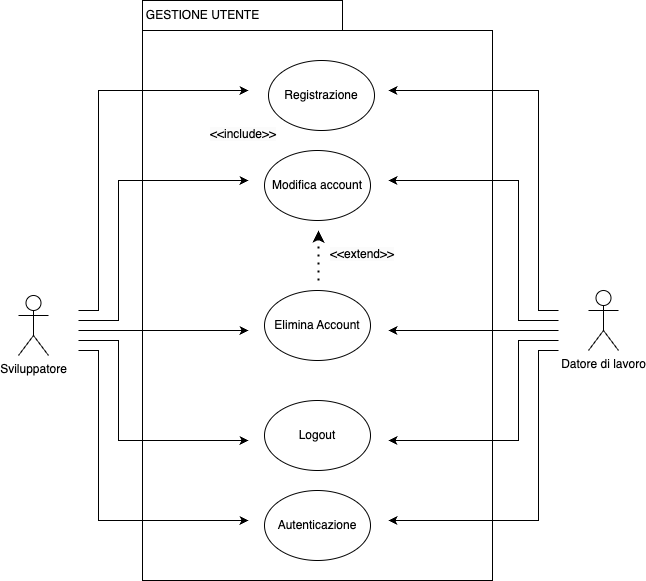
Above: Documentazione/1. Requirement_Analysis_Document/Use_Case_Diagram/UCD_GU.png in JacopoPassariello/TuringCareers (draw.io), before the change. Source tidied: cells renumbered, new cells last; positions are measured from the earlier drawing's top-left corner, leaving out a move shared by most shapes. The source it was exported from:
```xml
<mxGraphModel>
  <root>
    <mxCell id="0" />
    <mxCell id="1" parent="0" />
    <mxCell id="2" style="shape=folder;fontStyle=1;tabWidth=200;tabHeight=30;tabPosition=left;html=1;boundedLbl=1;whiteSpace=wrap;" parent="1" vertex="1">
      <mxGeometry x="124" width="350" height="580" as="geometry" />
    </mxCell>
    <mxCell id="3" value="Datore di lavoro" style="shape=umlActor;verticalLabelPosition=bottom;verticalAlign=top;html=1;" parent="1" vertex="1">
      <mxGeometry x="570" y="290" width="30" height="60" as="geometry" />
    </mxCell>
    <mxCell id="4" value="Registrazione" style="ellipse;whiteSpace=wrap;html=1;" parent="1" vertex="1">
      <mxGeometry x="250" y="60" width="106" height="70" as="geometry" />
    </mxCell>
    <mxCell id="5" value="Elimina Account" style="ellipse;whiteSpace=wrap;html=1;" parent="1" vertex="1">
      <mxGeometry x="246" y="290" width="106" height="70" as="geometry" />
    </mxCell>
    <mxCell id="6" value="Autenticazione" style="ellipse;whiteSpace=wrap;html=1;" parent="1" vertex="1">
      <mxGeometry x="246" y="490" width="106" height="70" as="geometry" />
    </mxCell>
    <mxCell id="7" value="Sviluppatore" style="shape=umlActor;verticalLabelPosition=bottom;verticalAlign=top;html=1;" parent="1" vertex="1">
      <mxGeometry y="295" width="30" height="60" as="geometry" />
    </mxCell>
    <mxCell id="8" value="Modifica account" style="ellipse;whiteSpace=wrap;html=1;" parent="1" vertex="1">
      <mxGeometry x="246" y="150" width="106" height="70" as="geometry" />
    </mxCell>
    <mxCell id="9" style="endArrow=classic;html=1;rounded=0;endFill=1;" parent="1" edge="1">
      <mxGeometry relative="1" as="geometry">
        <mxPoint x="60" y="310" as="sourcePoint" />
        <mxPoint x="230" y="90" as="targetPoint" />
        <Array as="points">
          <mxPoint x="80" y="310" />
          <mxPoint x="80" y="90" />
        </Array>
      </mxGeometry>
    </mxCell>
    <mxCell id="10" value="GESTIONE UTENTE" style="text;html=1;align=center;verticalAlign=middle;strokeColor=none;fillColor=none;" parent="1" vertex="1">
      <mxGeometry x="114" width="140" height="30" as="geometry" />
    </mxCell>
    <mxCell id="11" value="Logout" style="ellipse;whiteSpace=wrap;html=1;" parent="1" vertex="1">
      <mxGeometry x="246" y="400" width="106" height="70" as="geometry" />
    </mxCell>
    <mxCell id="12" style="endArrow=classic;dashed=1;html=1;dashPattern=1 3;strokeWidth=2;rounded=0;endFill=1;" parent="1" edge="1">
      <mxGeometry relative="1" as="geometry">
        <mxPoint x="300" y="280" as="sourcePoint" />
        <mxPoint x="300" y="230" as="targetPoint" />
        <Array as="points">
          <mxPoint x="300" y="260" />
          <mxPoint x="300" y="240" />
        </Array>
      </mxGeometry>
    </mxCell>
    <mxCell id="13" value="&lt;span style=&quot;color: rgb(0, 0, 0); font-family: Helvetica; font-size: 12px; font-style: normal; font-variant-ligatures: normal; font-variant-caps: normal; font-weight: 400; letter-spacing: normal; orphans: 2; text-align: center; text-indent: 0px; text-transform: none; widows: 2; word-spacing: 0px; -webkit-text-stroke-width: 0px; background-color: rgb(251, 251, 251); text-decoration-thickness: initial; text-decoration-style: initial; text-decoration-color: initial; float: none; display: inline !important;&quot;&gt;&amp;lt;&amp;lt;include&amp;gt;&amp;gt;&lt;/span&gt;" style="text;whiteSpace=wrap;html=1;" parent="1" vertex="1">
      <mxGeometry x="190" y="120" width="80" height="50" as="geometry" />
    </mxCell>
    <mxCell id="14" value="&lt;span style=&quot;color: rgb(0, 0, 0); font-family: Helvetica; font-size: 12px; font-style: normal; font-variant-ligatures: normal; font-variant-caps: normal; font-weight: 400; letter-spacing: normal; orphans: 2; text-align: center; text-indent: 0px; text-transform: none; widows: 2; word-spacing: 0px; -webkit-text-stroke-width: 0px; background-color: rgb(251, 251, 251); text-decoration-thickness: initial; text-decoration-style: initial; text-decoration-color: initial; float: none; display: inline !important;&quot;&gt;&amp;lt;&amp;lt;extend&amp;gt;&amp;gt;&lt;/span&gt;" style="text;whiteSpace=wrap;html=1;" parent="1" vertex="1">
      <mxGeometry x="310" y="240" width="100" height="40" as="geometry" />
    </mxCell>
    <mxCell id="15" style="endArrow=classic;html=1;rounded=0;endFill=1;" parent="1" edge="1">
      <mxGeometry relative="1" as="geometry">
        <mxPoint x="60" y="320" as="sourcePoint" />
        <mxPoint x="230" y="180" as="targetPoint" />
        <Array as="points">
          <mxPoint x="100" y="320" />
          <mxPoint x="100" y="180" />
        </Array>
      </mxGeometry>
    </mxCell>
    <mxCell id="16" style="endArrow=classic;html=1;rounded=0;endFill=1;" parent="1" edge="1">
      <mxGeometry relative="1" as="geometry">
        <mxPoint x="60" y="340" as="sourcePoint" />
        <mxPoint x="230" y="440" as="targetPoint" />
        <Array as="points">
          <mxPoint x="100" y="340" />
          <mxPoint x="100" y="440" />
        </Array>
      </mxGeometry>
    </mxCell>
    <mxCell id="17" style="endArrow=classic;html=1;rounded=0;endFill=1;" parent="1" edge="1">
      <mxGeometry relative="1" as="geometry">
        <mxPoint x="60" y="350" as="sourcePoint" />
        <mxPoint x="230" y="520" as="targetPoint" />
        <Array as="points">
          <mxPoint x="80" y="350" />
          <mxPoint x="80" y="520" />
        </Array>
      </mxGeometry>
    </mxCell>
    <mxCell id="18" style="endArrow=classic;html=1;rounded=0;endFill=1;" parent="1" edge="1">
      <mxGeometry relative="1" as="geometry">
        <mxPoint x="540" y="310" as="sourcePoint" />
        <mxPoint x="370" y="90" as="targetPoint" />
        <Array as="points">
          <mxPoint x="520" y="310" />
          <mxPoint x="520" y="90" />
        </Array>
      </mxGeometry>
    </mxCell>
    <mxCell id="19" style="endArrow=classic;html=1;rounded=0;endFill=1;" parent="1" edge="1">
      <mxGeometry relative="1" as="geometry">
        <mxPoint x="540" y="320" as="sourcePoint" />
        <mxPoint x="370" y="180" as="targetPoint" />
        <Array as="points">
          <mxPoint x="500" y="320" />
          <mxPoint x="500" y="180" />
        </Array>
      </mxGeometry>
    </mxCell>
    <mxCell id="20" style="endArrow=classic;html=1;rounded=0;endFill=1;" parent="1" edge="1">
      <mxGeometry relative="1" as="geometry">
        <mxPoint x="540" y="340" as="sourcePoint" />
        <mxPoint x="370" y="440" as="targetPoint" />
        <Array as="points">
          <mxPoint x="500" y="340" />
          <mxPoint x="500" y="440" />
        </Array>
      </mxGeometry>
    </mxCell>
    <mxCell id="21" style="endArrow=classic;html=1;rounded=0;endFill=1;" parent="1" edge="1">
      <mxGeometry relative="1" as="geometry">
        <mxPoint x="540" y="350" as="sourcePoint" />
        <mxPoint x="370" y="520" as="targetPoint" />
        <Array as="points">
          <mxPoint x="520" y="350" />
          <mxPoint x="520" y="520" />
        </Array>
      </mxGeometry>
    </mxCell>
    <mxCell id="22" style="endArrow=classic;html=1;rounded=0;" parent="1" edge="1">
      <mxGeometry relative="1" as="geometry">
        <mxPoint x="540" y="330" as="sourcePoint" />
        <mxPoint x="370" y="330" as="targetPoint" />
      </mxGeometry>
    </mxCell>
    <mxCell id="23" style="endArrow=classic;html=1;rounded=0;" parent="1" edge="1">
      <mxGeometry relative="1" as="geometry">
        <mxPoint x="60" y="330" as="sourcePoint" />
        <mxPoint x="230" y="330" as="targetPoint" />
      </mxGeometry>
    </mxCell>
  </root>
</mxGraphModel>
```
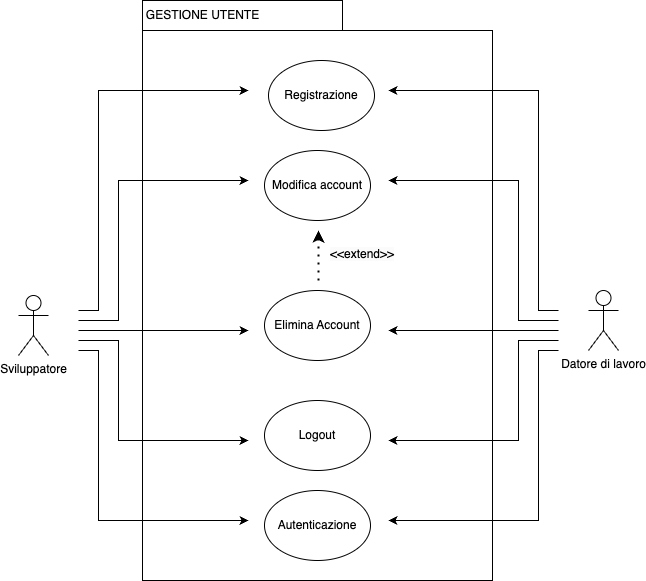
After the change.

Commit message:
Use case Diagram GU update

Use case Diagram GU update

Change to the diagram source:
```diff
@@ -49,9 +49,6 @@
         </Array>
       </mxGeometry>
     </mxCell>
-    <mxCell id="13" value="&lt;span style=&quot;color: rgb(0, 0, 0); font-family: Helvetica; font-size: 12px; font-style: normal; font-variant-ligatures: normal; font-variant-caps: normal; font-weight: 400; letter-spacing: normal; orphans: 2; text-align: center; text-indent: 0px; text-transform: none; widows: 2; word-spacing: 0px; -webkit-text-stroke-width: 0px; background-color: rgb(251, 251, 251); text-decoration-thickness: initial; text-decoration-style: initial; text-decoration-color: initial; float: none; display: inline !important;&quot;&gt;&amp;lt;&amp;lt;include&amp;gt;&amp;gt;&lt;/span&gt;" style="text;whiteSpace=wrap;html=1;" parent="1" vertex="1">
-      <mxGeometry x="190" y="120" width="80" height="50" as="geometry" />
-    </mxCell>
     <mxCell id="14" value="&lt;span style=&quot;color: rgb(0, 0, 0); font-family: Helvetica; font-size: 12px; font-style: normal; font-variant-ligatures: normal; font-variant-caps: normal; font-weight: 400; letter-spacing: normal; orphans: 2; text-align: center; text-indent: 0px; text-transform: none; widows: 2; word-spacing: 0px; -webkit-text-stroke-width: 0px; background-color: rgb(251, 251, 251); text-decoration-thickness: initial; text-decoration-style: initial; text-decoration-color: initial; float: none; display: inline !important;&quot;&gt;&amp;lt;&amp;lt;extend&amp;gt;&amp;gt;&lt;/span&gt;" style="text;whiteSpace=wrap;html=1;" parent="1" vertex="1">
       <mxGeometry x="310" y="240" width="100" height="40" as="geometry" />
     </mxCell>
```
